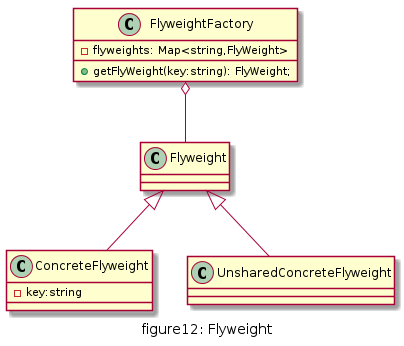
Above: doc/img/figure12_flyweight.png in daileyet/designpattern4cplusplus (PlantUML), before the change.
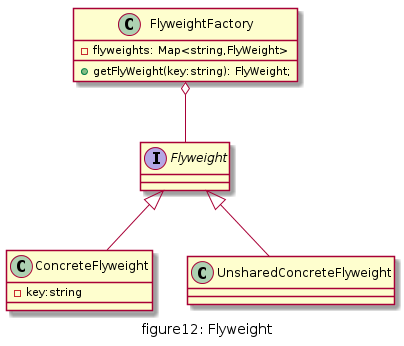
Above is the later version.

Diff of the diagram source:
```diff
@@ -1,7 +1,7 @@
 @startuml "figure12_flyweight"
 caption figure12: Flyweight
 
-class Flyweight{}
+interface Flyweight{}
 class ConcreteFlyweight{
     - key:string
 }
```
